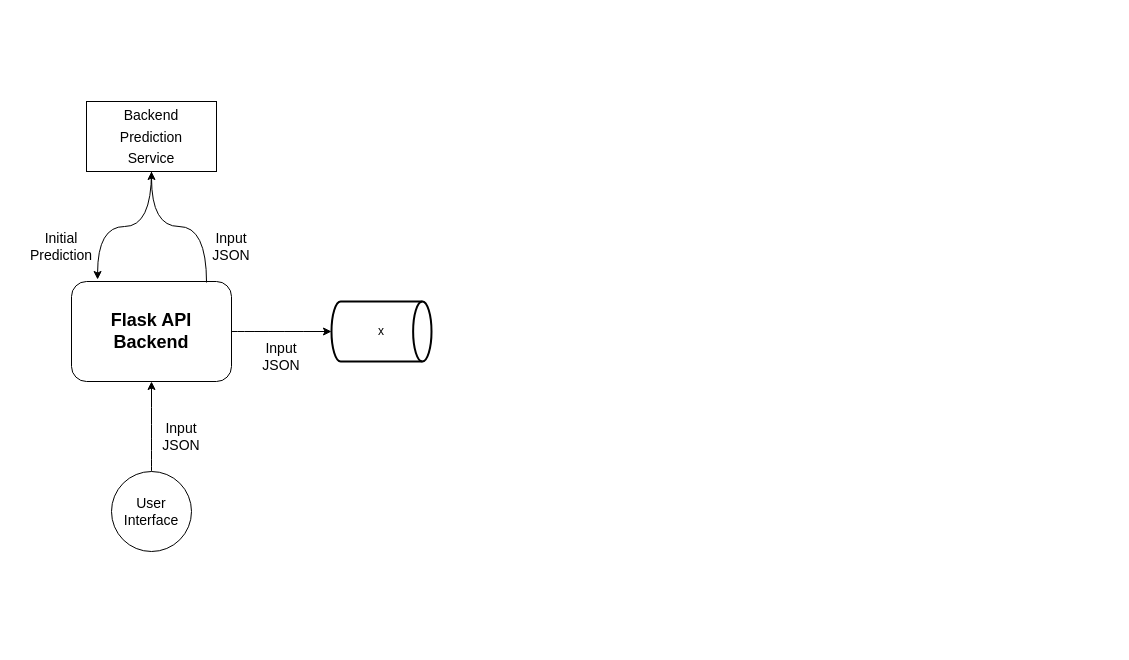
Earlier version of the draw.io diagram week6/prediction_service_full.drawio (Qfl3x/mlops-zoomcamp-notes). Source tidied: cells renumbered, new cells numbered last; positions are measured from the earlier drawing's top-left corner, leaving out a move shared by most shapes. Both pictures are drawn from the tidied source at 100%, with x=0, y=0 at pixel (31, 101). Pictures stored in the file or linked from it are replaced by grey dashed boxes.
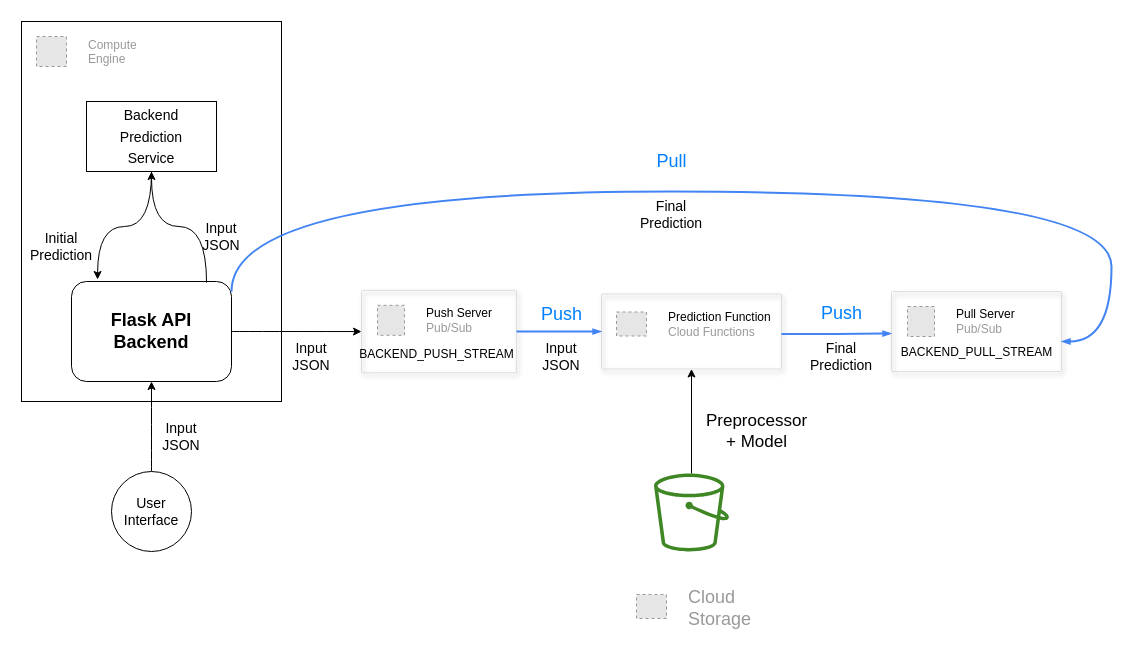
The same diagram, later.

The change refers to these unchanged cells:
```xml
<mxCell id="3" value="&lt;div&gt;&lt;font style=&quot;font-size: 18px;&quot;&gt;&lt;b&gt;Flask API&lt;/b&gt;&lt;/font&gt;&lt;/div&gt;&lt;div&gt;&lt;font style=&quot;font-size: 18px;&quot;&gt;&lt;b&gt;Backend&lt;/b&gt;&lt;br&gt;&lt;/font&gt;&lt;/div&gt;" style="rounded=1;whiteSpace=wrap;html=1;" parent="1" vertex="1">
  <mxGeometry x="40" y="180" width="160" height="100" as="geometry" />
</mxCell>
```

What changed in the source:
```diff
@@
-    <mxCell id="2" value="x" style="strokeWidth=2;html=1;shape=mxgraph.flowchart.direct_data;whiteSpace=wrap;" parent="1" vertex="1">
-      <mxGeometry x="300" y="200" width="100" height="60" as="geometry" />
-    </mxCell>
+    <mxCell id="14" style="whiteSpace=wrap;html=1;fillColor=none;" parent="1" vertex="1">
+      <mxGeometry x="-10" y="-80" width="260" height="380" as="geometry" />
+    </mxCell>
@@
     <mxCell id="6" value="Input JSON" style="text;html=1;strokeColor=none;fillColor=none;align=center;verticalAlign=middle;whiteSpace=wrap;rounded=0;fontSize=14;" parent="1" vertex="1">
-      <mxGeometry x="170" y="130" width="60" height="30" as="geometry" />
+      <mxGeometry x="160" y="120" width="60" height="30" as="geometry" />
     </mxCell>
@@
-    <mxCell id="12" style="endArrow=classic;html=1;rounded=0;fontSize=14;curved=1;exitX=1;exitY=0.5;exitDx=0;exitDy=0;entryX=0;entryY=0.5;entryDx=0;entryDy=0;entryPerimeter=0;" parent="1" edge="1" source="3" target="2">
+    <mxCell id="12" style="endArrow=classic;html=1;rounded=0;fontSize=14;curved=1;exitX=1;exitY=0.5;exitDx=0;exitDy=0;entryX=0;entryY=0.5;entryDx=0;entryDy=0;" parent="1" edge="1" source="3" target="17">
       <mxGeometry relative="1" as="geometry" />
     </mxCell>
     <mxCell id="13" value="Input JSON" style="text;html=1;strokeColor=none;fillColor=none;align=center;verticalAlign=middle;whiteSpace=wrap;rounded=0;fontSize=14;" parent="1" vertex="1">
-      <mxGeometry x="220" y="240" width="60" height="30" as="geometry" />
+      <mxGeometry x="250" y="239.5" width="60" height="30" as="geometry" />
     </mxCell>
+    <mxCell id="15" style="strokeColor=none;shadow=1;strokeWidth=1;rounded=1;absoluteArcSize=1;arcSize=2;fillColor=none;" parent="1" vertex="1">
+      <mxGeometry x="-10" y="-80" width="130" height="60" as="geometry" />
+    </mxCell>
+    <mxCell id="16" value="Compute&#10;Engine" style="fillColor=#E6E6E6;strokeColor=#999999;dashed=1;fontColor=#999999;verticalLabelPosition=middle;labelBackgroundColor=#ffffff;verticalAlign=middle;labelPosition=right;align=left;spacingLeft=20;" parent="15" vertex="1">
+      <mxGeometry width="30" height="30" relative="1" as="geometry">
+        <mxPoint x="15" y="15" as="offset" />
+      </mxGeometry>
+    </mxCell>
+    <mxCell id="17" style="strokeColor=#dddddd;shadow=1;strokeWidth=1;rounded=1;absoluteArcSize=1;arcSize=2;fillColor=none;" parent="1" vertex="1">
+      <mxGeometry x="330" y="188.8" width="155" height="82.5" as="geometry" />
+    </mxCell>
+    <mxCell id="18" value="&lt;font color=&quot;#000000&quot;&gt;Push Server&lt;/font&gt;&lt;br&gt;&lt;div&gt;Pub/Sub&lt;/div&gt;" style="fillColor=#E6E6E6;strokeColor=#999999;dashed=1;html=1;fontColor=#999999;verticalLabelPosition=middle;labelBackgroundColor=#ffffff;verticalAlign=middle;labelPosition=right;align=left;spacingLeft=20;" parent="17" vertex="1">
+      <mxGeometry width="27" height="30" relative="1" as="geometry">
+        <mxPoint x="16" y="15" as="offset" />
+      </mxGeometry>
+    </mxCell>
+    <mxCell id="19" value="&lt;font style=&quot;font-size: 12px;&quot;&gt;BACKEND_PUSH_STREAM&lt;/font&gt;" style="text;html=1;align=center;verticalAlign=middle;fillColor=none;strokeColor=none;rounded=0;fontSize=18;fontColor=#000000;" parent="17" vertex="1">
+      <mxGeometry x="-5" y="42.5" width="160" height="40" as="geometry" />
+    </mxCell>
+    <mxCell id="20" style="strokeColor=#dddddd;shadow=1;strokeWidth=1;rounded=1;absoluteArcSize=1;arcSize=2;fillColor=none;" parent="1" vertex="1">
+      <mxGeometry x="570" y="192.5" width="180" height="75" as="geometry" />
+    </mxCell>
+    <mxCell id="21" value="&lt;font color=&quot;#000000&quot;&gt;Prediction Function&lt;/font&gt;&lt;br&gt;Cloud Functions" style="fillColor=#E6E6E6;strokeColor=#999999;dashed=1;html=1;fontColor=#999999;verticalLabelPosition=middle;labelBackgroundColor=#ffffff;verticalAlign=middle;labelPosition=right;align=left;spacingLeft=20;" parent="20" vertex="1">
+      <mxGeometry width="30" height="24" relative="1" as="geometry">
+        <mxPoint x="15" y="18" as="offset" />
+      </mxGeometry>
+    </mxCell>
+    <mxCell id="22" style="edgeStyle=orthogonalEdgeStyle;fontSize=12;html=1;endArrow=blockThin;endFill=1;rounded=0;strokeWidth=2;endSize=4;startSize=4;dashed=0;strokeColor=#4284F3;exitX=1;exitY=0.5;exitDx=0;exitDy=0;" parent="1" edge="1" source="17">
+      <mxGeometry relative="1" as="geometry">
+        <mxPoint x="570" y="230" as="targetPoint" />
+      </mxGeometry>
+    </mxCell>
+    <mxCell id="23" value="&lt;font style=&quot;font-size: 18px;&quot; color=&quot;#007FFF&quot;&gt;Push&lt;/font&gt;" style="text;html=1;align=center;verticalAlign=middle;fillColor=none;strokeColor=none;rounded=0;" parent="1" vertex="1">
+      <mxGeometry x="500" y="192.5" width="60" height="40" as="geometry" />
+    </mxCell>
+    <mxCell id="24" value="Input JSON" style="text;html=1;strokeColor=none;fillColor=none;align=center;verticalAlign=middle;whiteSpace=wrap;rounded=0;fontSize=14;" parent="1" vertex="1">
+      <mxGeometry x="500" y="239.5" width="60" height="30" as="geometry" />
+    </mxCell>
+    <mxCell id="25" style="edgeStyle=orthogonalEdgeStyle;rounded=0;jettySize=auto;html=1;fontSize=18;fontColor=#007FFF;" parent="1" edge="1" source="26" target="20">
+      <mxGeometry relative="1" as="geometry" />
+    </mxCell>
+    <mxCell id="26" style="sketch=0;outlineConnect=0;fontColor=#232F3E;gradientColor=none;fillColor=#3F8624;strokeColor=none;dashed=0;verticalLabelPosition=bottom;verticalAlign=top;align=center;html=1;fontSize=12;fontStyle=0;shape=mxgraph.aws4.bucket;" parent="1" vertex="1">
+      <mxGeometry x="622.5" y="372" width="75" height="78" as="geometry" />
+    </mxCell>
+    <mxCell id="27" style="strokeColor=none;shadow=1;strokeWidth=1;rounded=1;absoluteArcSize=1;arcSize=2;fontSize=18;fontColor=#007FFF;fillColor=none;" parent="1" vertex="1">
+      <mxGeometry x="590" y="475" width="140" height="60" as="geometry" />
+    </mxCell>
+    <mxCell id="28" value="Cloud&#10;Storage" style="fillColor=#E6E6E6;strokeColor=#999999;dashed=1;fontColor=#999999;verticalLabelPosition=middle;labelBackgroundColor=#ffffff;verticalAlign=middle;labelPosition=right;align=left;spacingLeft=20;fontSize=18;" parent="27" vertex="1">
+      <mxGeometry width="30" height="24" relative="1" as="geometry">
+        <mxPoint x="15" y="18" as="offset" />
+      </mxGeometry>
+    </mxCell>
+    <mxCell id="29" value="&lt;div style=&quot;font-size: 17px;&quot;&gt;&lt;font style=&quot;font-size: 17px;&quot; color=&quot;#000000&quot;&gt;Preprocessor&lt;/font&gt;&lt;/div&gt;&lt;div style=&quot;font-size: 17px;&quot;&gt;&lt;font style=&quot;font-size: 17px;&quot; color=&quot;#000000&quot;&gt;+ Model&lt;/font&gt;&lt;br&gt;&lt;/div&gt;" style="text;html=1;align=center;verticalAlign=middle;fillColor=none;strokeColor=none;rounded=0;fontSize=18;fontColor=#007FFF;" parent="1" vertex="1">
+      <mxGeometry x="665" y="305" width="120" height="50" as="geometry" />
+    </mxCell>
+    <mxCell id="30" style="strokeColor=#dddddd;shadow=1;strokeWidth=1;rounded=1;absoluteArcSize=1;arcSize=2;fillColor=none;" parent="1" vertex="1">
+      <mxGeometry x="860" y="190" width="170" height="80" as="geometry" />
+    </mxCell>
+    <mxCell id="31" value="&lt;font color=&quot;#000000&quot;&gt;Pull Server&lt;/font&gt;&lt;br&gt;Pub/Sub" style="fillColor=#E6E6E6;strokeColor=#999999;dashed=1;html=1;fontColor=#999999;verticalLabelPosition=middle;labelBackgroundColor=#ffffff;verticalAlign=middle;labelPosition=right;align=left;spacingLeft=20;" parent="30" vertex="1">
+      <mxGeometry width="27" height="30" relative="1" as="geometry">
+        <mxPoint x="16" y="15" as="offset" />
+      </mxGeometry>
+    </mxCell>
+    <mxCell id="32" value="BACKEND_PULL_STREAM" style="text;html=1;align=center;verticalAlign=middle;fillColor=none;strokeColor=none;rounded=0;fontSize=12;fontColor=#000000;" parent="30" vertex="1">
+      <mxGeometry x="5" y="45.9" width="160" height="30" as="geometry" />
+    </mxCell>
+    <mxCell id="33" style="edgeStyle=orthogonalEdgeStyle;fontSize=12;html=1;endArrow=blockThin;endFill=1;rounded=0;strokeWidth=2;endSize=4;startSize=4;dashed=0;strokeColor=#4284F3;exitX=1;exitY=0.5;exitDx=0;exitDy=0;" parent="1" edge="1">
+      <mxGeometry relative="1" as="geometry">
+        <mxPoint x="750" y="232.5" as="sourcePoint" />
+        <mxPoint x="860" y="232" as="targetPoint" />
+        <Array as="points">
+          <mxPoint x="805" y="232" />
+        </Array>
+      </mxGeometry>
+    </mxCell>
+    <mxCell id="34" value="&lt;font style=&quot;font-size: 18px;&quot; color=&quot;#007FFF&quot;&gt;Push&lt;/font&gt;" style="text;html=1;align=center;verticalAlign=middle;fillColor=none;strokeColor=none;rounded=0;" parent="1" vertex="1">
+      <mxGeometry x="780" y="192" width="60" height="40" as="geometry" />
+    </mxCell>
+    <mxCell id="35" value="&lt;div&gt;Final&lt;/div&gt;&lt;div&gt;Prediction&lt;br&gt;&lt;/div&gt;" style="text;html=1;strokeColor=none;fillColor=none;align=center;verticalAlign=middle;whiteSpace=wrap;rounded=0;fontSize=14;" parent="1" vertex="1">
+      <mxGeometry x="780" y="239.5" width="60" height="30" as="geometry" />
+    </mxCell>
+    <mxCell id="36" style="edgeStyle=orthogonalEdgeStyle;fontSize=12;html=1;endArrow=blockThin;endFill=1;rounded=0;strokeWidth=2;endSize=4;startSize=4;dashed=0;strokeColor=#4284F3;fontColor=#007FFF;curved=1;" parent="1" edge="1">
+      <mxGeometry relative="1" as="geometry">
+        <mxPoint x="200" y="190" as="sourcePoint" />
+        <mxPoint x="1030" y="240" as="targetPoint" />
+        <Array as="points">
+          <mxPoint x="200" y="90" />
+          <mxPoint x="1080" y="90" />
+          <mxPoint x="1080" y="240" />
+        </Array>
+      </mxGeometry>
+    </mxCell>
+    <mxCell id="37" value="&lt;font style=&quot;font-size: 18px;&quot; color=&quot;#007FFF&quot;&gt;Pull&lt;/font&gt;" style="text;html=1;align=center;verticalAlign=middle;fillColor=none;strokeColor=none;rounded=0;" parent="1" vertex="1">
+      <mxGeometry x="615" y="40" width="50" height="40" as="geometry" />
+    </mxCell>
+    <mxCell id="38" value="&lt;div&gt;Final&lt;/div&gt;&lt;div&gt;Prediction&lt;br&gt;&lt;/div&gt;" style="text;html=1;strokeColor=none;fillColor=none;align=center;verticalAlign=middle;whiteSpace=wrap;rounded=0;fontSize=14;" parent="1" vertex="1">
+      <mxGeometry x="610" y="95" width="60" height="35" as="geometry" />
+    </mxCell>
```
